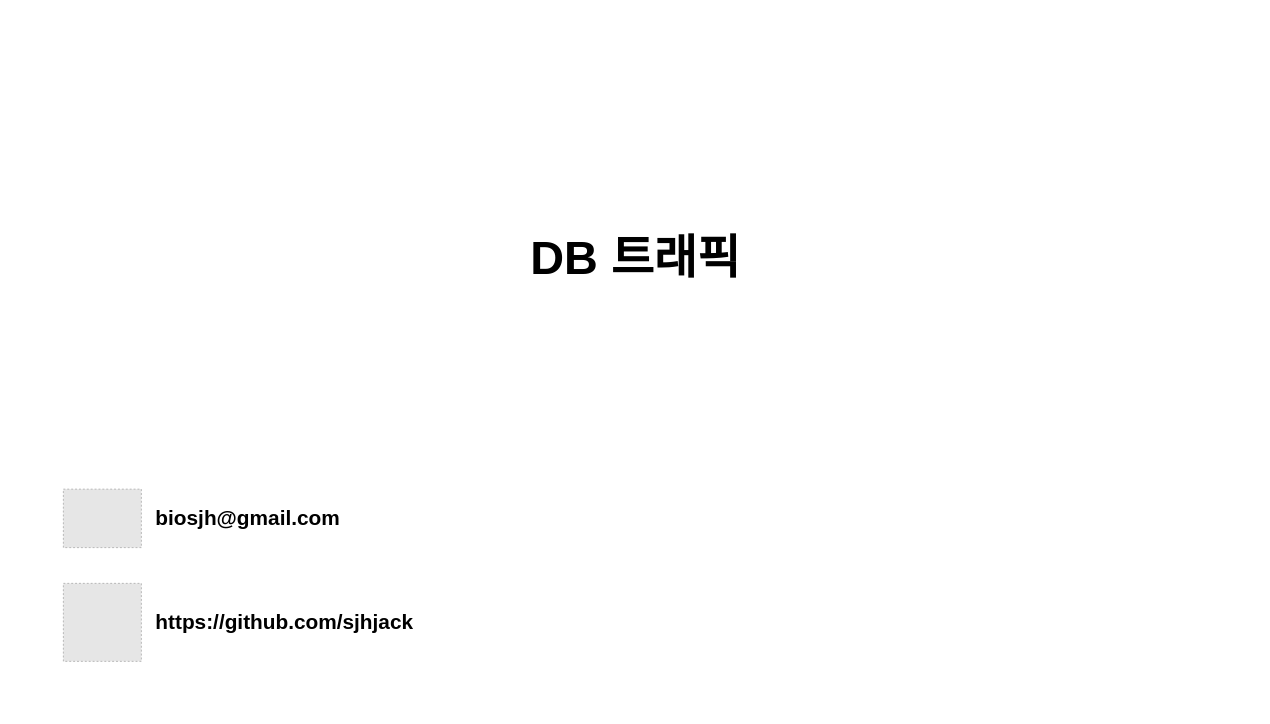
Above: page "송정훈" (3 of 4) of 썸네일.drawio in Study-Diary/Computer-Science (draw.io), before the change. Source tidied: cells renumbered, new cells numbered last; positions are measured from the earlier drawing's top-left corner, leaving out a move shared by most shapes. Both pictures are drawn from the tidied source at 65%, with x=0, y=0 at pixel (11, 11). Pictures stored in the file or linked from it are replaced by grey dashed boxes.
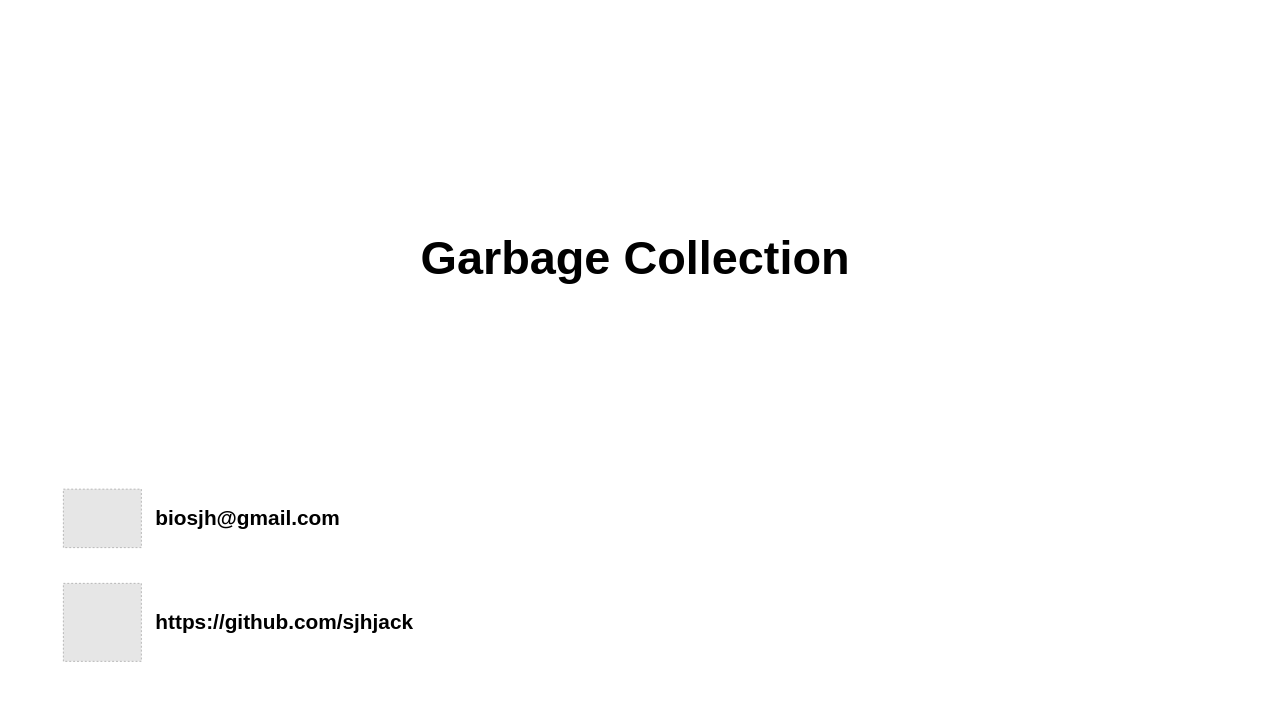
The same diagram, later.

What changed in the source:
```diff
@@
 <mxGraphModel>
   <root>
     <mxCell id="0" />
     <mxCell id="1" parent="0" />
     <mxCell id="2" style="rounded=0;whiteSpace=wrap;html=1;fillColor=#FFFFFF;strokeColor=none;" parent="1" vertex="1">
       <mxGeometry width="1920" height="1080" as="geometry" />
     </mxCell>
     <mxCell id="3" style="group;" parent="1" vertex="1">
       <mxGeometry x="80" y="720" width="120" height="120" as="geometry" />
     </mxCell>
     <mxCell id="4" style="fillColor=#E6E6E6;strokeColor=#999999;dashed=1;verticalLabelPosition=bottom;labelBackgroundColor=default;verticalAlign=top;" parent="3" vertex="1">
       <mxGeometry y="15" width="120" height="90" as="geometry" />
     </mxCell>
     <mxCell id="5" style="rounded=0;whiteSpace=wrap;html=1;fillColor=none;strokeColor=none;" parent="3" vertex="1">
       <mxGeometry width="120" height="120" as="geometry" />
     </mxCell>
     <mxCell id="6" style="fillColor=#E6E6E6;strokeColor=#999999;dashed=1;verticalLabelPosition=bottom;labelBackgroundColor=default;verticalAlign=top;" parent="1" vertex="1">
       <mxGeometry x="80" y="880" width="120" height="120" as="geometry" />
     </mxCell>
     <mxCell id="7" value="biosjh@gmail.com" style="text;html=1;align=left;verticalAlign=middle;whiteSpace=wrap;rounded=0;fontSize=32;fontColor=#000000;fontStyle=1;" parent="1" vertex="1">
       <mxGeometry x="220" y="740" width="500" height="80" as="geometry" />
     </mxCell>
     <mxCell id="8" value="https://github.com/sjhjack" style="text;html=1;align=left;verticalAlign=middle;whiteSpace=wrap;rounded=0;fontSize=32;fontColor=#000000;fontStyle=1;" parent="1" vertex="1">
       <mxGeometry x="220" y="900" width="500" height="80" as="geometry" />
     </mxCell>
-    <mxCell id="9" value="DB 트래픽" style="text;html=1;align=center;verticalAlign=middle;whiteSpace=wrap;rounded=0;fontSize=72;fontFamily=Pretendard;fontColor=#000000;fontStyle=1;" parent="1" vertex="1">
+    <mxCell id="9" value="Garbage Collection" style="text;html=1;align=center;verticalAlign=middle;whiteSpace=wrap;rounded=0;fontSize=72;fontFamily=Pretendard;fontColor=#000000;fontStyle=1;" parent="1" vertex="1">
       <mxGeometry x="200" y="320" width="1520" height="120" as="geometry" />
     </mxCell>
   </root>
 </mxGraphModel>
```
